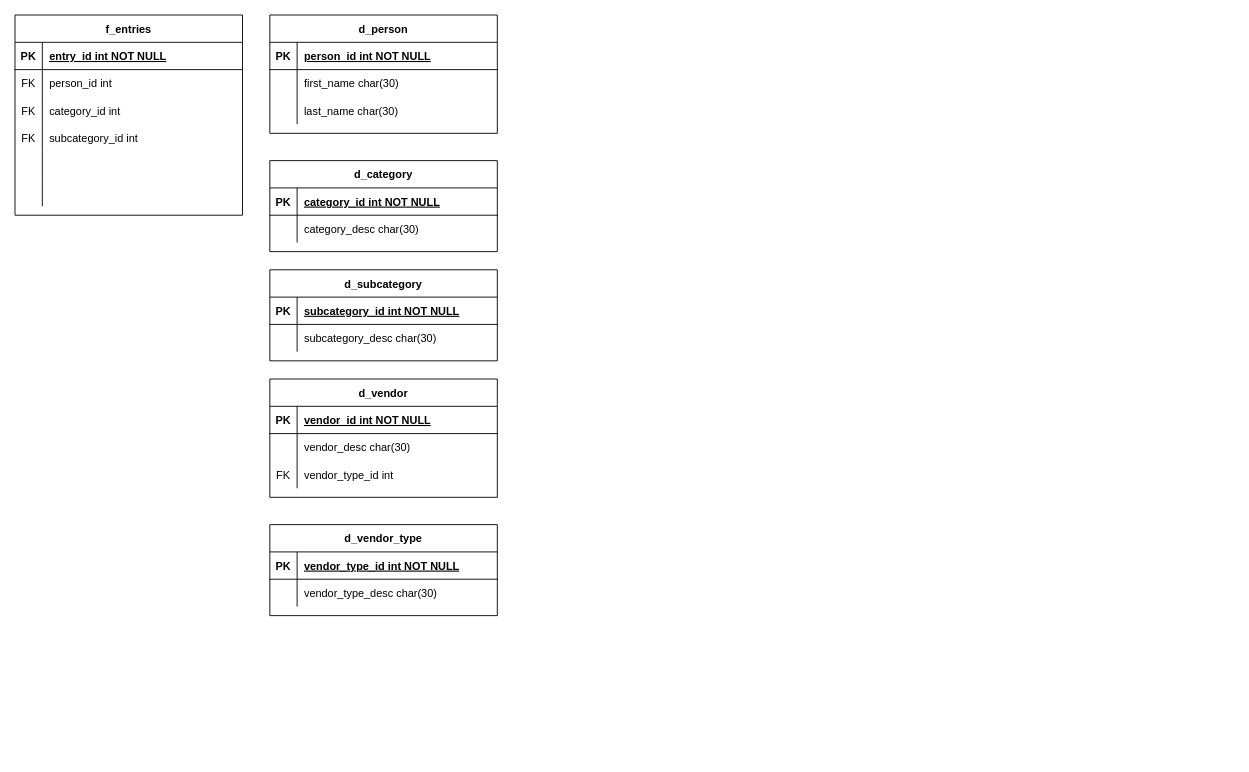
This is diagram/finance_star_schema.drawio from fatteryacid/penny, a draw.io file, before an edit. Source tidied: cells renumbered, new cells numbered last; positions are measured from the earlier drawing's top-left corner, leaving out a move shared by most shapes. Both pictures are drawn from the tidied source at 91%, with x=0, y=0 at pixel (15, 15).
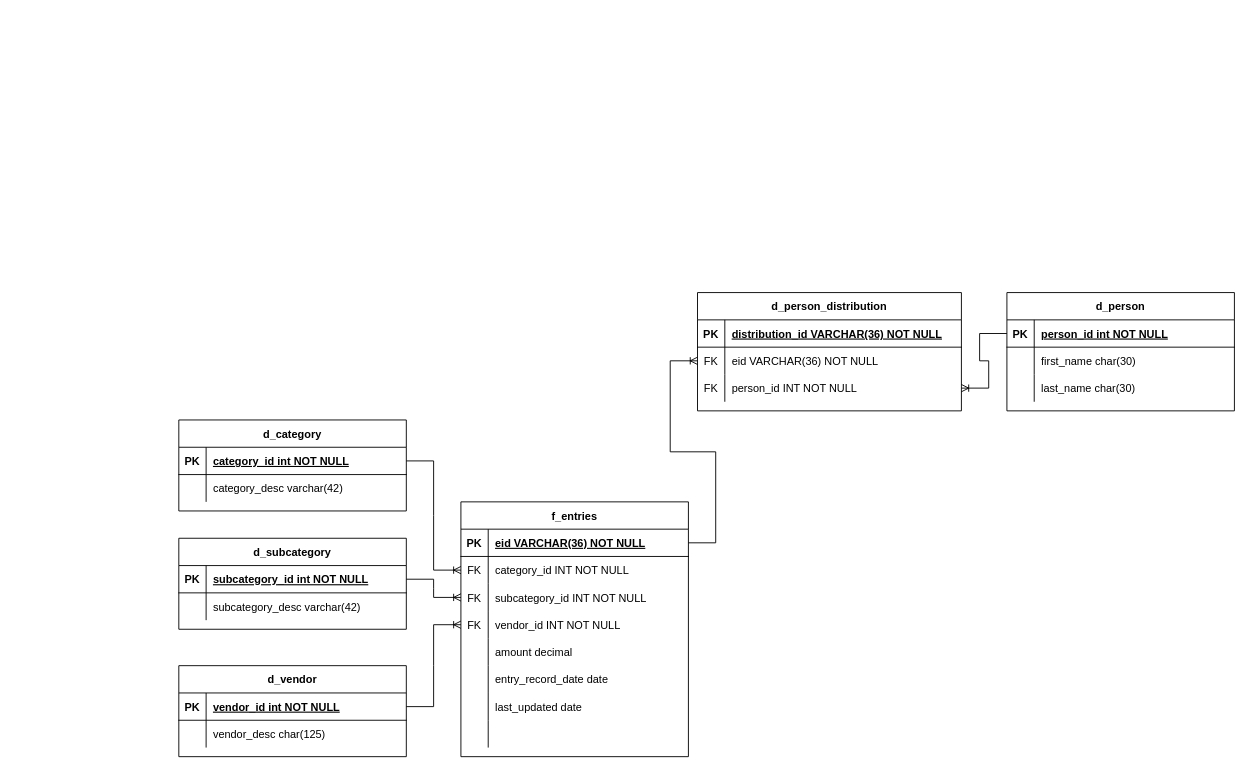
The same diagram, later.

The change refers to these unchanged cells:
```xml
<mxCell id="3" style="shape=partialRectangle;fillColor=none;points=[[0,0.5],[1,0.5]];portConstraint=eastwest;top=0;left=0;right=0;bottom=1;" parent="2" vertex="1">
  <mxGeometry y="30" width="250" height="30" as="geometry" />
</mxCell>
<mxCell id="13" style="shape=partialRectangle;fillColor=none;points=[[0,0.5],[1,0.5]];portConstraint=eastwest;top=0;left=0;right=0;bottom=1;" parent="12" vertex="1">
  <mxGeometry y="30" width="250" height="30" as="geometry" />
</mxCell>
<mxCell id="16" style="shape=partialRectangle;fillColor=none;top=0;left=0;right=0;bottom=0;" parent="12" vertex="1">
  <mxGeometry y="60" width="250" height="30" as="geometry" />
</mxCell>
<mxCell id="20" style="shape=partialRectangle;fillColor=none;points=[[0,0.5],[1,0.5]];portConstraint=eastwest;top=0;left=0;right=0;bottom=1;" parent="19" vertex="1">
  <mxGeometry y="30" width="250" height="30" as="geometry" />
</mxCell>
<mxCell id="32" style="shape=partialRectangle;fillColor=none;top=0;left=0;right=0;bottom=0;" parent="19" vertex="1">
  <mxGeometry y="150" width="250" height="30" as="geometry" />
</mxCell>
<mxCell id="35" style="shape=partialRectangle;fillColor=none;top=0;left=0;right=0;bottom=0;" parent="19" vertex="1">
  <mxGeometry y="180" width="250" height="30" as="geometry" />
</mxCell>
<mxCell id="39" style="shape=partialRectangle;fillColor=none;points=[[0,0.5],[1,0.5]];portConstraint=eastwest;top=0;left=0;right=0;bottom=1;" parent="38" vertex="1">
  <mxGeometry y="30" width="250" height="30" as="geometry" />
</mxCell>
<mxCell id="42" style="shape=partialRectangle;fillColor=none;top=0;left=0;right=0;bottom=0;" parent="38" vertex="1">
  <mxGeometry y="60" width="250" height="30" as="geometry" />
</mxCell>
<mxCell id="46" style="shape=partialRectangle;fillColor=none;points=[[0,0.5],[1,0.5]];portConstraint=eastwest;top=0;left=0;right=0;bottom=1;" parent="45" vertex="1">
  <mxGeometry y="30" width="250" height="30" as="geometry" />
</mxCell>
<mxCell id="49" style="shape=partialRectangle;fillColor=none;top=0;left=0;right=0;bottom=0;" parent="45" vertex="1">
  <mxGeometry y="60" width="250" height="30" as="geometry" />
</mxCell>
```

Diff of the diagram source:
```diff
@@
     <mxCell id="2" value="d_person" style="shape=table;startSize=30;childLayout=tableLayout;rowLines=0;fontStyle=1;align=center;" parent="1" vertex="1">
-      <mxGeometry x="280" width="250" height="130" as="geometry" />
+      <mxGeometry x="1090" y="305" width="250" height="130" as="geometry" />
     </mxCell>
@@
     <mxCell id="12" value="d_category" style="shape=table;startSize=30;childLayout=tableLayout;rowLines=0;fontStyle=1;align=center;" parent="1" vertex="1">
-      <mxGeometry x="280" y="160" width="250" height="100" as="geometry" />
+      <mxGeometry x="180" y="445" width="250" height="100" as="geometry" />
     </mxCell>
@@
-    <mxCell id="18" value="category_desc char(30)" style="shape=partialRectangle;overflow=hidden;fillColor=none;top=0;left=0;bottom=0;right=0;align=left;spacingLeft=6;" parent="16" vertex="1">
+    <mxCell id="18" value="category_desc varchar(42)" style="shape=partialRectangle;overflow=hidden;fillColor=none;top=0;left=0;bottom=0;right=0;align=left;spacingLeft=6;" parent="16" vertex="1">
       <mxGeometry x="30" width="220" height="30" as="geometry" />
     </mxCell>
     <mxCell id="19" value="f_entries" style="shape=table;startSize=30;childLayout=tableLayout;rowLines=0;fontStyle=1;align=center;" parent="1" vertex="1">
-      <mxGeometry width="250" height="220" as="geometry" />
+      <mxGeometry x="490" y="535" width="250" height="280" as="geometry" />
     </mxCell>
@@
-    <mxCell id="22" value="entry_id int NOT NULL" style="shape=partialRectangle;overflow=hidden;fillColor=none;top=0;left=0;bottom=0;right=0;align=left;spacingLeft=6;fontStyle=5;" parent="20" vertex="1">
+    <mxCell id="22" value="eid VARCHAR(36) NOT NULL" style="shape=partialRectangle;overflow=hidden;fillColor=none;top=0;left=0;bottom=0;right=0;align=left;spacingLeft=6;fontStyle=5;" parent="20" vertex="1">
       <mxGeometry x="30" width="220" height="30" as="geometry" />
     </mxCell>
-    <mxCell id="23" style="shape=partialRectangle;fillColor=none;top=0;left=0;right=0;bottom=0;" parent="19" vertex="1">
-      <mxGeometry y="60" width="250" height="30" as="geometry" />
-    </mxCell>
-    <mxCell id="24" value="FK" style="shape=partialRectangle;overflow=hidden;fillColor=none;top=0;left=0;bottom=0;right=0;" parent="23" vertex="1">
-      <mxGeometry width="30" height="30" as="geometry" />
-    </mxCell>
-    <mxCell id="25" value="person_id int" style="shape=partialRectangle;overflow=hidden;fillColor=none;top=0;left=0;bottom=0;right=0;align=left;spacingLeft=6;" parent="23" vertex="1">
-      <mxGeometry x="30" width="220" height="30" as="geometry" />
-    </mxCell>
     <mxCell id="26" style="shape=partialRectangle;fillColor=none;points=[[0,0.5],[1,0.5]];portConstraint=eastwest;top=0;left=0;right=0;bottom=0;" parent="19" vertex="1">
-      <mxGeometry y="90" width="250" height="30" as="geometry" />
+      <mxGeometry y="60" width="250" height="30" as="geometry" />
     </mxCell>
@@
-    <mxCell id="28" value="category_id int" style="shape=partialRectangle;overflow=hidden;fillColor=none;top=0;left=0;bottom=0;right=0;align=left;spacingLeft=6;" parent="26" vertex="1">
+    <mxCell id="28" value="category_id INT NOT NULL" style="shape=partialRectangle;overflow=hidden;fillColor=none;top=0;left=0;bottom=0;right=0;align=left;spacingLeft=6;" parent="26" vertex="1">
       <mxGeometry x="30" width="220" height="30" as="geometry" />
     </mxCell>
     <mxCell id="29" style="shape=partialRectangle;fillColor=none;points=[[0,0.5],[1,0.5]];portConstraint=eastwest;top=0;left=0;right=0;bottom=0;" parent="19" vertex="1">
-      <mxGeometry y="120" width="250" height="30" as="geometry" />
+      <mxGeometry y="90" width="250" height="30" as="geometry" />
     </mxCell>
@@
-    <mxCell id="31" value="subcategory_id int" style="shape=partialRectangle;overflow=hidden;fillColor=none;top=0;left=0;bottom=0;right=0;align=left;spacingLeft=6;" parent="29" vertex="1">
+    <mxCell id="31" value="subcategory_id INT NOT NULL" style="shape=partialRectangle;overflow=hidden;fillColor=none;top=0;left=0;bottom=0;right=0;align=left;spacingLeft=6;" parent="29" vertex="1">
       <mxGeometry x="30" width="220" height="30" as="geometry" />
     </mxCell>
+    <mxCell id="62" style="shape=partialRectangle;fillColor=none;points=[[0,0.5],[1,0.5]];portConstraint=eastwest;top=0;left=0;right=0;bottom=0;" parent="19" vertex="1">
+      <mxGeometry y="120" width="250" height="30" as="geometry" />
+    </mxCell>
+    <mxCell id="63" value="FK" style="shape=partialRectangle;overflow=hidden;fillColor=none;top=0;left=0;bottom=0;right=0;" parent="62" vertex="1">
+      <mxGeometry width="30" height="30" as="geometry" />
+    </mxCell>
+    <mxCell id="64" value="vendor_id INT NOT NULL" style="shape=partialRectangle;overflow=hidden;fillColor=none;top=0;left=0;bottom=0;right=0;align=left;spacingLeft=6;" parent="62" vertex="1">
+      <mxGeometry x="30" width="220" height="30" as="geometry" />
+    </mxCell>
@@
-    <mxCell id="34" style="shape=partialRectangle;overflow=hidden;fillColor=none;top=0;left=0;bottom=0;right=0;align=left;spacingLeft=6;" parent="32" vertex="1">
+    <mxCell id="34" value="amount decimal" style="shape=partialRectangle;overflow=hidden;fillColor=none;top=0;left=0;bottom=0;right=0;align=left;spacingLeft=6;" parent="32" vertex="1">
       <mxGeometry x="30" width="220" height="30" as="geometry" />
     </mxCell>
@@
-    <mxCell id="37" style="shape=partialRectangle;overflow=hidden;fillColor=none;top=0;left=0;bottom=0;right=0;align=left;spacingLeft=6;" parent="35" vertex="1">
+    <mxCell id="37" value="entry_record_date date" style="shape=partialRectangle;overflow=hidden;fillColor=none;top=0;left=0;bottom=0;right=0;align=left;spacingLeft=6;" parent="35" vertex="1">
       <mxGeometry x="30" width="220" height="30" as="geometry" />
     </mxCell>
+    <mxCell id="65" style="shape=partialRectangle;fillColor=none;top=0;left=0;right=0;bottom=0;" parent="19" vertex="1">
+      <mxGeometry y="210" width="250" height="30" as="geometry" />
+    </mxCell>
+    <mxCell id="66" style="shape=partialRectangle;overflow=hidden;fillColor=none;top=0;left=0;bottom=0;right=0;" parent="65" vertex="1">
+      <mxGeometry width="30" height="30" as="geometry" />
+    </mxCell>
+    <mxCell id="67" value="last_updated date" style="shape=partialRectangle;overflow=hidden;fillColor=none;top=0;left=0;bottom=0;right=0;align=left;spacingLeft=6;" parent="65" vertex="1">
+      <mxGeometry x="30" width="220" height="30" as="geometry" />
+    </mxCell>
+    <mxCell id="68" style="shape=partialRectangle;fillColor=none;top=0;left=0;right=0;bottom=0;" parent="19" vertex="1">
+      <mxGeometry y="240" width="250" height="30" as="geometry" />
+    </mxCell>
+    <mxCell id="69" style="shape=partialRectangle;overflow=hidden;fillColor=none;top=0;left=0;bottom=0;right=0;" parent="68" vertex="1">
+      <mxGeometry width="30" height="30" as="geometry" />
+    </mxCell>
+    <mxCell id="70" style="shape=partialRectangle;overflow=hidden;fillColor=none;top=0;left=0;bottom=0;right=0;align=left;spacingLeft=6;" parent="68" vertex="1">
+      <mxGeometry x="30" width="220" height="30" as="geometry" />
+    </mxCell>
     <mxCell id="38" value="d_subcategory" style="shape=table;startSize=30;childLayout=tableLayout;rowLines=0;fontStyle=1;align=center;" parent="1" vertex="1">
-      <mxGeometry x="280" y="280" width="250" height="100" as="geometry" />
+      <mxGeometry x="180" y="575" width="250" height="100" as="geometry" />
     </mxCell>
@@
-    <mxCell id="44" value="subcategory_desc char(30)" style="shape=partialRectangle;overflow=hidden;fillColor=none;top=0;left=0;bottom=0;right=0;align=left;spacingLeft=6;" parent="42" vertex="1">
+    <mxCell id="44" value="subcategory_desc varchar(42)" style="shape=partialRectangle;overflow=hidden;fillColor=none;top=0;left=0;bottom=0;right=0;align=left;spacingLeft=6;" parent="42" vertex="1">
       <mxGeometry x="30" width="220" height="30" as="geometry" />
     </mxCell>
     <mxCell id="45" value="d_vendor" style="shape=table;startSize=30;childLayout=tableLayout;rowLines=0;fontStyle=1;align=center;" parent="1" vertex="1">
-      <mxGeometry x="280" y="400" width="250" height="130" as="geometry" />
+      <mxGeometry x="180" y="715" width="250" height="100" as="geometry" />
     </mxCell>
@@
-    <mxCell id="51" value="vendor_desc char(30)" style="shape=partialRectangle;overflow=hidden;fillColor=none;top=0;left=0;bottom=0;right=0;align=left;spacingLeft=6;" parent="49" vertex="1">
+    <mxCell id="51" value="vendor_desc char(125)" style="shape=partialRectangle;overflow=hidden;fillColor=none;top=0;left=0;bottom=0;right=0;align=left;spacingLeft=6;" parent="49" vertex="1">
       <mxGeometry x="30" width="220" height="30" as="geometry" />
     </mxCell>
-    <mxCell id="52" style="shape=partialRectangle;fillColor=none;top=0;left=0;right=0;bottom=0;" parent="45" vertex="1">
-      <mxGeometry y="90" width="250" height="30" as="geometry" />
-    </mxCell>
-    <mxCell id="53" value="FK" style="shape=partialRectangle;overflow=hidden;fillColor=none;top=0;left=0;bottom=0;right=0;" parent="52" vertex="1">
-      <mxGeometry width="30" height="30" as="geometry" />
-    </mxCell>
-    <mxCell id="54" value="vendor_type_id int" style="shape=partialRectangle;overflow=hidden;fillColor=none;top=0;left=0;bottom=0;right=0;align=left;spacingLeft=6;" parent="52" vertex="1">
-      <mxGeometry x="30" width="220" height="30" as="geometry" />
-    </mxCell>
-    <mxCell id="55" value="d_vendor_type" style="shape=table;startSize=30;childLayout=tableLayout;rowLines=0;fontStyle=1;align=center;" parent="1" vertex="1">
-      <mxGeometry x="280" y="560" width="250" height="100" as="geometry" />
-    </mxCell>
-    <mxCell id="56" style="shape=partialRectangle;fillColor=none;top=0;left=0;right=0;bottom=1;" parent="55" vertex="1">
-      <mxGeometry y="30" width="250" height="30" as="geometry" />
-    </mxCell>
+    <mxCell id="71" value="d_person_distribution" style="shape=table;startSize=30;childLayout=tableLayout;rowLines=0;fontStyle=1;align=center;" parent="1" vertex="1">
+      <mxGeometry x="750" y="305" width="290" height="130" as="geometry" />
+    </mxCell>
+    <mxCell id="72" style="shape=partialRectangle;fillColor=none;top=0;left=0;right=0;bottom=1;" parent="71" vertex="1">
+      <mxGeometry y="30" width="290" height="30" as="geometry" />
+    </mxCell>
-    <mxCell id="57" value="PK" style="shape=partialRectangle;overflow=hidden;fillColor=none;top=0;left=0;bottom=0;right=0;fontStyle=1;" parent="56" vertex="1">
+    <mxCell id="57" value="PK" style="shape=partialRectangle;overflow=hidden;fillColor=none;top=0;left=0;bottom=0;right=0;fontStyle=1;" parent="72" vertex="1">
       <mxGeometry width="30" height="30" as="geometry" />
     </mxCell>
-    <mxCell id="58" value="vendor_type_id int NOT NULL" style="shape=partialRectangle;overflow=hidden;fillColor=none;top=0;left=0;bottom=0;right=0;align=left;spacingLeft=6;fontStyle=5;" parent="56" vertex="1">
-      <mxGeometry x="30" width="220" height="30" as="geometry" />
-    </mxCell>
-    <mxCell id="59" style="shape=partialRectangle;fillColor=none;top=0;left=0;right=0;bottom=0;" parent="55" vertex="1">
-      <mxGeometry y="60" width="250" height="30" as="geometry" />
-    </mxCell>
-    <mxCell id="60" style="shape=partialRectangle;overflow=hidden;fillColor=none;top=0;left=0;bottom=0;right=0;" parent="59" vertex="1">
-      <mxGeometry width="30" height="30" as="geometry" />
-    </mxCell>
-    <mxCell id="61" value="vendor_type_desc char(30)" style="shape=partialRectangle;overflow=hidden;fillColor=none;top=0;left=0;bottom=0;right=0;align=left;spacingLeft=6;" parent="59" vertex="1">
-      <mxGeometry x="30" width="220" height="30" as="geometry" />
-    </mxCell>
+    <mxCell id="73" value="distribution_id VARCHAR(36) NOT NULL" style="shape=partialRectangle;overflow=hidden;fillColor=none;top=0;left=0;bottom=0;right=0;align=left;spacingLeft=6;fontStyle=5;" parent="72" vertex="1">
+      <mxGeometry x="30" width="260" height="30" as="geometry" />
+    </mxCell>
+    <mxCell id="74" style="shape=partialRectangle;fillColor=none;points=[[0,0.5],[1,0.5]];portConstraint=eastwest;top=0;left=0;right=0;bottom=0;" parent="71" vertex="1">
+      <mxGeometry y="60" width="290" height="30" as="geometry" />
+    </mxCell>
+    <mxCell id="75" value="FK" style="shape=partialRectangle;overflow=hidden;fillColor=none;top=0;left=0;bottom=0;right=0;" parent="74" vertex="1">
+      <mxGeometry width="30" height="30" as="geometry" />
+    </mxCell>
+    <mxCell id="76" value="eid VARCHAR(36) NOT NULL" style="shape=partialRectangle;overflow=hidden;fillColor=none;top=0;left=0;bottom=0;right=0;align=left;spacingLeft=6;" parent="74" vertex="1">
+      <mxGeometry x="30" width="260" height="30" as="geometry" />
+    </mxCell>
+    <mxCell id="77" style="shape=partialRectangle;fillColor=none;points=[[0,0.5],[1,0.5]];portConstraint=eastwest;top=0;left=0;right=0;bottom=0;" parent="71" vertex="1">
+      <mxGeometry y="90" width="290" height="30" as="geometry" />
+    </mxCell>
+    <mxCell id="78" value="FK" style="shape=partialRectangle;overflow=hidden;fillColor=none;top=0;left=0;bottom=0;right=0;" parent="77" vertex="1">
+      <mxGeometry width="30" height="30" as="geometry" />
+    </mxCell>
+    <mxCell id="79" value="person_id INT NOT NULL" style="shape=partialRectangle;overflow=hidden;fillColor=none;top=0;left=0;bottom=0;right=0;align=left;spacingLeft=6;" parent="77" vertex="1">
+      <mxGeometry x="30" width="260" height="30" as="geometry" />
+    </mxCell>
+    <mxCell id="80" style="edgeStyle=entityRelationEdgeStyle;fontSize=12;html=1;endArrow=ERoneToMany;rounded=0;exitX=1;exitY=0.5;exitDx=0;exitDy=0;entryX=0;entryY=0.5;entryDx=0;entryDy=0;" parent="1" edge="1" source="39" target="29">
+      <mxGeometry relative="1" as="geometry" />
+    </mxCell>
+    <mxCell id="81" style="edgeStyle=entityRelationEdgeStyle;fontSize=12;html=1;endArrow=ERoneToMany;rounded=0;exitX=1;exitY=0.5;exitDx=0;exitDy=0;" parent="1" edge="1" source="46" target="62">
+      <mxGeometry relative="1" as="geometry" />
+    </mxCell>
+    <mxCell id="82" style="edgeStyle=entityRelationEdgeStyle;fontSize=12;html=1;endArrow=ERoneToMany;rounded=0;exitX=1;exitY=0.5;exitDx=0;exitDy=0;entryX=0;entryY=0.5;entryDx=0;entryDy=0;" parent="1" edge="1" source="13" target="26">
+      <mxGeometry relative="1" as="geometry" />
+    </mxCell>
+    <mxCell id="83" style="edgeStyle=entityRelationEdgeStyle;fontSize=12;html=1;endArrow=ERoneToMany;rounded=0;exitX=1;exitY=0.5;exitDx=0;exitDy=0;entryX=0;entryY=0.5;entryDx=0;entryDy=0;" parent="1" edge="1" source="20" target="74">
+      <mxGeometry relative="1" as="geometry" />
+    </mxCell>
+    <mxCell id="84" style="edgeStyle=entityRelationEdgeStyle;fontSize=12;html=1;endArrow=ERoneToMany;rounded=0;entryX=1;entryY=0.5;entryDx=0;entryDy=0;exitX=0;exitY=0.5;exitDx=0;exitDy=0;" parent="1" edge="1" source="3" target="77">
+      <mxGeometry relative="1" as="geometry" />
+    </mxCell>
```
